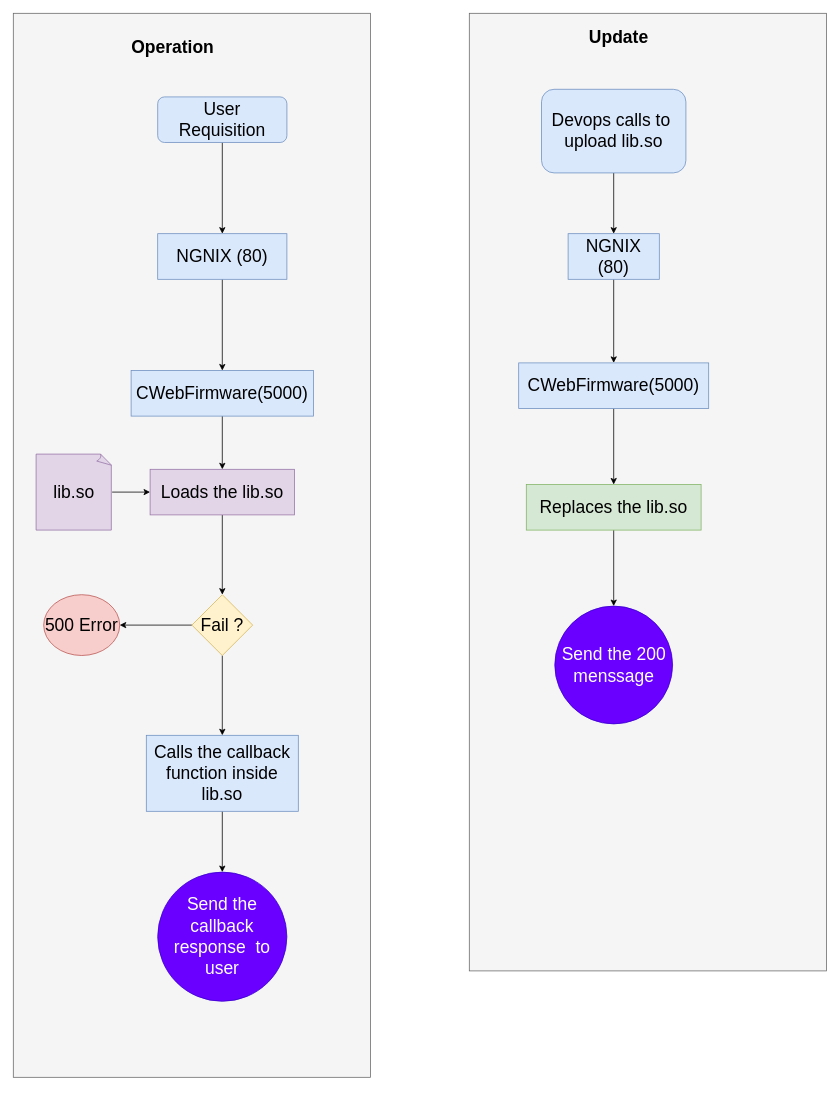
OUIsolutions/CWebStudioFirmware keeps this draw.io diagram as assets/firmware.drawio. Above is the earlier version. Source tidied: cells renumbered, new cells numbered last; positions are measured from the earlier drawing's top-left corner, leaving out a move shared by most shapes. Both pictures are drawn from the tidied source at 76%, with x=0, y=0 at pixel (13, 13).
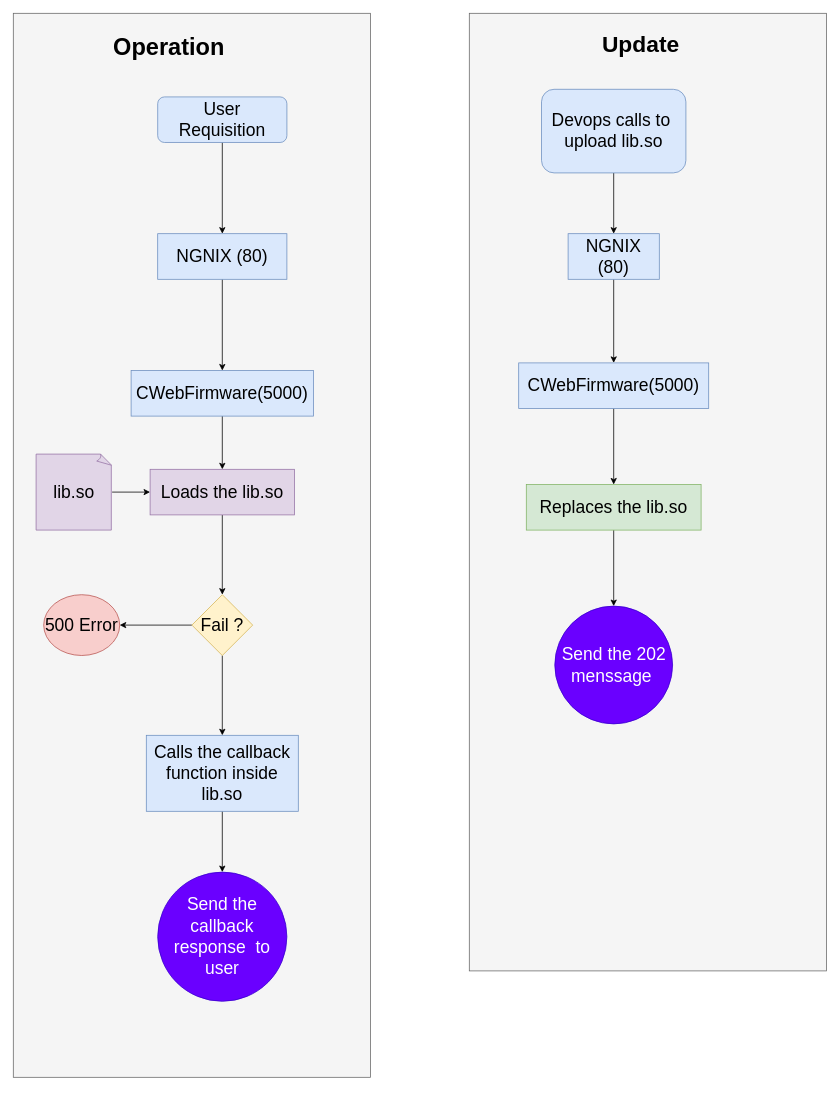
The same page after the edit.

The edit, as a diff of the source:
```diff
@@
-    <mxCell id="29" value="Send the 200 menssage" style="ellipse;whiteSpace=wrap;html=1;fillColor=#6a00ff;fontColor=#ffffff;strokeColor=#3700CC;fontSize=23;" parent="1" vertex="1">
+    <mxCell id="29" value="Send the 202 menssage&amp;nbsp;" style="ellipse;whiteSpace=wrap;html=1;fillColor=#6a00ff;fontColor=#ffffff;strokeColor=#3700CC;fontSize=23;" parent="1" vertex="1">
       <mxGeometry x="712.5" y="780" width="155" height="155" as="geometry" />
     </mxCell>
-    <mxCell id="30" value="&lt;b&gt;&lt;font&gt;Operation&lt;/font&gt;&lt;/b&gt;" style="text;html=1;align=center;verticalAlign=middle;whiteSpace=wrap;rounded=0;fontSize=23;" parent="1" vertex="1">
-      <mxGeometry x="180" y="30" width="60" height="30" as="geometry" />
+    <mxCell id="30" value="&lt;b&gt;&lt;font style=&quot;font-size: 31px;&quot;&gt;Operation&lt;/font&gt;&lt;/b&gt;" style="text;html=1;align=center;verticalAlign=middle;whiteSpace=wrap;rounded=0;fontSize=23;" parent="1" vertex="1">
+      <mxGeometry x="175" y="30" width="60" height="30" as="geometry" />
     </mxCell>
-    <mxCell id="31" value="&lt;b&gt;&lt;font&gt;Update&amp;nbsp;&lt;/font&gt;&lt;/b&gt;&lt;div&gt;&lt;b&gt;&lt;font&gt;&lt;br&gt;&lt;/font&gt;&lt;/b&gt;&lt;/div&gt;" style="text;html=1;align=center;verticalAlign=middle;whiteSpace=wrap;rounded=0;fontSize=23;" parent="1" vertex="1">
-      <mxGeometry x="700" width="200" height="90" as="geometry" />
+    <mxCell id="31" value="&lt;b&gt;&lt;font style=&quot;font-size: 30px;&quot;&gt;Update&amp;nbsp;&lt;/font&gt;&lt;/b&gt;&lt;div&gt;&lt;b&gt;&lt;font&gt;&lt;br&gt;&lt;/font&gt;&lt;/b&gt;&lt;/div&gt;" style="text;html=1;align=center;verticalAlign=middle;whiteSpace=wrap;rounded=0;fontSize=23;" parent="1" vertex="1">
+      <mxGeometry x="730" y="10" width="200" height="90" as="geometry" />
     </mxCell>
```
